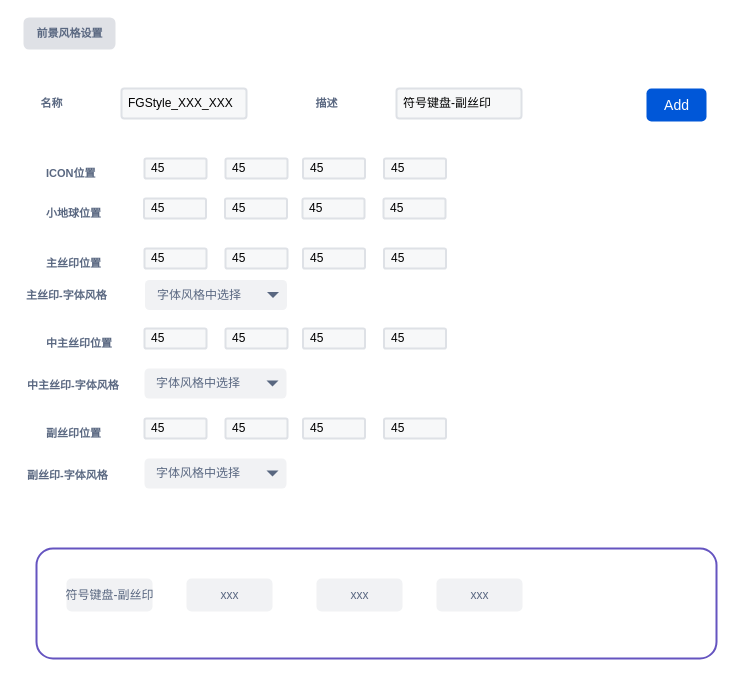
Above: drawio/前景风格设置.drawio in chonglv/charts (draw.io), before the change. Source tidied: cells renumbered, new cells numbered last; positions are measured from the earlier drawing's top-left corner, leaving out a move shared by most shapes. Both pictures are drawn from the tidied source at 100%, with x=0, y=0 at pixel (21, 18).
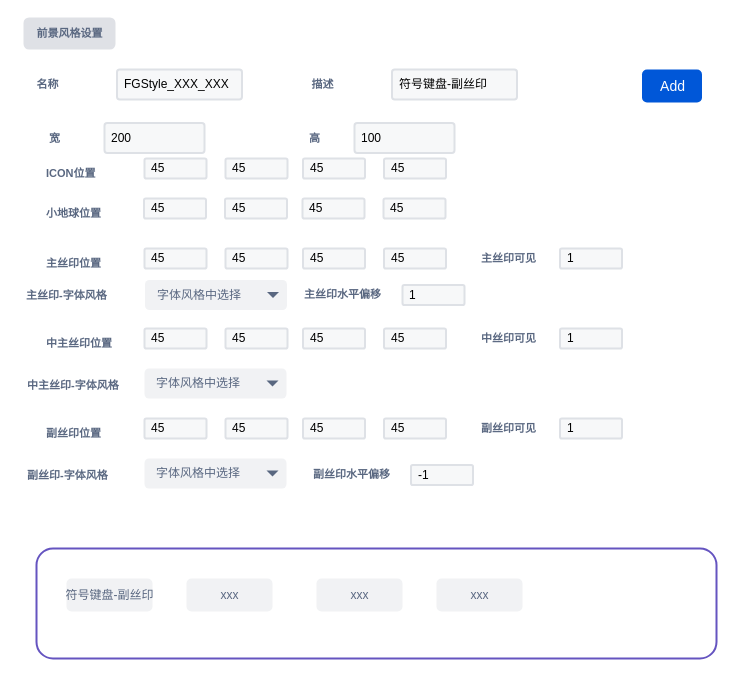
After the change.

Commit message:
更新前景风格设置.drawio

The edit, as a diff of the source:
```diff
@@
     <mxCell id="2" value="名称" style="fillColor=none;strokeColor=none;html=1;fontSize=11;fontStyle=0;align=center;fontColor=#596780;fontStyle=1;fontSize=11;labelPosition=center;verticalLabelPosition=middle;verticalAlign=middle;" parent="1" vertex="1">
-      <mxGeometry y="75" width="60" height="20" as="geometry" />
+      <mxGeometry x="-4.5" y="56" width="60" height="20" as="geometry" />
     </mxCell>
     <mxCell id="3" value="FGStyle_XXX_XXX" style="rounded=1;arcSize=9;fillColor=#F7F8F9;align=left;spacingLeft=5;strokeColor=#DEE1E6;html=1;strokeWidth=2;fontSize=12;" parent="1" vertex="1">
-      <mxGeometry x="100" y="70" width="125" height="30" as="geometry" />
+      <mxGeometry x="95.5" y="51" width="125" height="30" as="geometry" />
     </mxCell>
     <mxCell id="4" value="描述" style="fillColor=none;strokeColor=none;html=1;fontSize=11;fontStyle=0;align=center;fontColor=#596780;fontStyle=1;fontSize=11;labelPosition=center;verticalLabelPosition=middle;verticalAlign=middle;" parent="1" vertex="1">
-      <mxGeometry x="275" y="75" width="60" height="20" as="geometry" />
+      <mxGeometry x="270.5" y="56" width="60" height="20" as="geometry" />
     </mxCell>
     <mxCell id="5" value="符号键盘-副丝印" style="rounded=1;arcSize=9;fillColor=#F7F8F9;align=left;spacingLeft=5;strokeColor=#DEE1E6;html=1;strokeWidth=2;fontSize=12;" parent="1" vertex="1">
-      <mxGeometry x="375" y="70" width="125" height="30" as="geometry" />
+      <mxGeometry x="370.5" y="51" width="125" height="30" as="geometry" />
     </mxCell>
     <mxCell id="6" value="Add" style="rounded=1;fillColor=#0057D8;strokeColor=none;fontColor=#ffffff;align=center;verticalAlign=middle;fontStyle=0;fontSize=14;html=1;shadow=0;dashed=0;" parent="1" vertex="1">
-      <mxGeometry x="625" y="70" width="60" height="33" as="geometry" />
+      <mxGeometry x="620.5" y="51" width="60" height="33" as="geometry" />
     </mxCell>
@@
+    <mxCell id="47" value="宽" style="fillColor=none;strokeColor=none;html=1;fontSize=11;fontStyle=0;align=center;fontColor=#596780;fontStyle=1;fontSize=11;" parent="1" vertex="1">
+      <mxGeometry x="3" y="109.5" width="60" height="20" as="geometry" />
+    </mxCell>
+    <mxCell id="48" value="200" style="rounded=1;arcSize=9;fillColor=#F7F8F9;align=left;spacingLeft=5;strokeColor=#DEE1E6;html=1;strokeWidth=2;fontSize=12;" parent="1" vertex="1">
+      <mxGeometry x="83" y="104.5" width="100" height="30" as="geometry" />
+    </mxCell>
+    <mxCell id="49" value="高" style="fillColor=none;strokeColor=none;html=1;fontSize=11;fontStyle=0;align=center;fontColor=#596780;fontStyle=1;fontSize=11;" parent="1" vertex="1">
+      <mxGeometry x="263" y="109.5" width="60" height="20" as="geometry" />
+    </mxCell>
+    <mxCell id="50" value="100" style="rounded=1;arcSize=9;fillColor=#F7F8F9;align=left;spacingLeft=5;strokeColor=#DEE1E6;html=1;strokeWidth=2;fontSize=12;" parent="1" vertex="1">
+      <mxGeometry x="333" y="104.5" width="100" height="30" as="geometry" />
+    </mxCell>
+    <mxCell id="51" value="主丝印水平偏移" style="fillColor=none;strokeColor=none;html=1;fontSize=11;fontStyle=0;align=left;fontColor=#596780;fontStyle=1;fontSize=11;" parent="1" vertex="1">
+      <mxGeometry x="281" y="267" width="89" height="17" as="geometry" />
+    </mxCell>
+    <mxCell id="52" value="1" style="rounded=1;arcSize=9;fillColor=#F7F8F9;align=left;spacingLeft=5;strokeColor=#DEE1E6;html=1;strokeWidth=2;fontSize=12;" parent="1" vertex="1">
+      <mxGeometry x="381" y="266.5" width="62" height="20" as="geometry" />
+    </mxCell>
+    <mxCell id="53" value="副丝印水平偏移" style="fillColor=none;strokeColor=none;html=1;fontSize=11;fontStyle=0;align=left;fontColor=#596780;fontStyle=1;fontSize=11;" parent="1" vertex="1">
+      <mxGeometry x="289.5" y="447" width="89" height="17" as="geometry" />
+    </mxCell>
+    <mxCell id="54" value="-1" style="rounded=1;arcSize=9;fillColor=#F7F8F9;align=left;spacingLeft=5;strokeColor=#DEE1E6;html=1;strokeWidth=2;fontSize=12;" parent="1" vertex="1">
+      <mxGeometry x="389.5" y="446.5" width="62" height="20" as="geometry" />
+    </mxCell>
+    <mxCell id="55" value="主丝印可见" style="fillColor=none;strokeColor=none;html=1;fontSize=11;fontStyle=0;align=left;fontColor=#596780;fontStyle=1;fontSize=11;" parent="1" vertex="1">
+      <mxGeometry x="458" y="230" width="60" height="20" as="geometry" />
+    </mxCell>
+    <mxCell id="56" value="1" style="rounded=1;arcSize=9;fillColor=#F7F8F9;align=left;spacingLeft=5;strokeColor=#DEE1E6;html=1;strokeWidth=2;fontSize=12;" parent="1" vertex="1">
+      <mxGeometry x="538.5" y="230" width="62" height="20" as="geometry" />
+    </mxCell>
+    <mxCell id="57" value="中丝印可见" style="fillColor=none;strokeColor=none;html=1;fontSize=11;fontStyle=0;align=left;fontColor=#596780;fontStyle=1;fontSize=11;" parent="1" vertex="1">
+      <mxGeometry x="458" y="310" width="60" height="20" as="geometry" />
+    </mxCell>
+    <mxCell id="58" value="1" style="rounded=1;arcSize=9;fillColor=#F7F8F9;align=left;spacingLeft=5;strokeColor=#DEE1E6;html=1;strokeWidth=2;fontSize=12;" parent="1" vertex="1">
+      <mxGeometry x="538.5" y="310" width="62" height="20" as="geometry" />
+    </mxCell>
+    <mxCell id="59" value="副丝印可见" style="fillColor=none;strokeColor=none;html=1;fontSize=11;fontStyle=0;align=left;fontColor=#596780;fontStyle=1;fontSize=11;" parent="1" vertex="1">
+      <mxGeometry x="458" y="400" width="60" height="20" as="geometry" />
+    </mxCell>
+    <mxCell id="60" value="1" style="rounded=1;arcSize=9;fillColor=#F7F8F9;align=left;spacingLeft=5;strokeColor=#DEE1E6;html=1;strokeWidth=2;fontSize=12;" parent="1" vertex="1">
+      <mxGeometry x="538.5" y="400" width="62" height="20" as="geometry" />
+    </mxCell>
```
